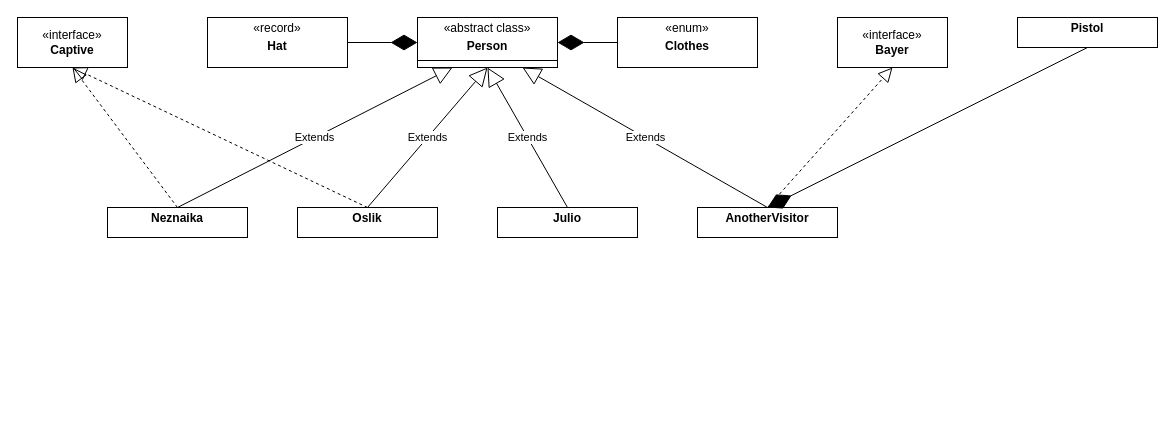
Before: java/lab3/lab3.drawio in KirillPetukhov1/itmo, a draw.io diagram. Source tidied: cells renumbered, new cells numbered last; positions are measured from the earlier drawing's top-left corner, leaving out a move shared by most shapes. Both pictures are drawn from the tidied source at 100%, with x=0, y=0 at pixel (17, 17).
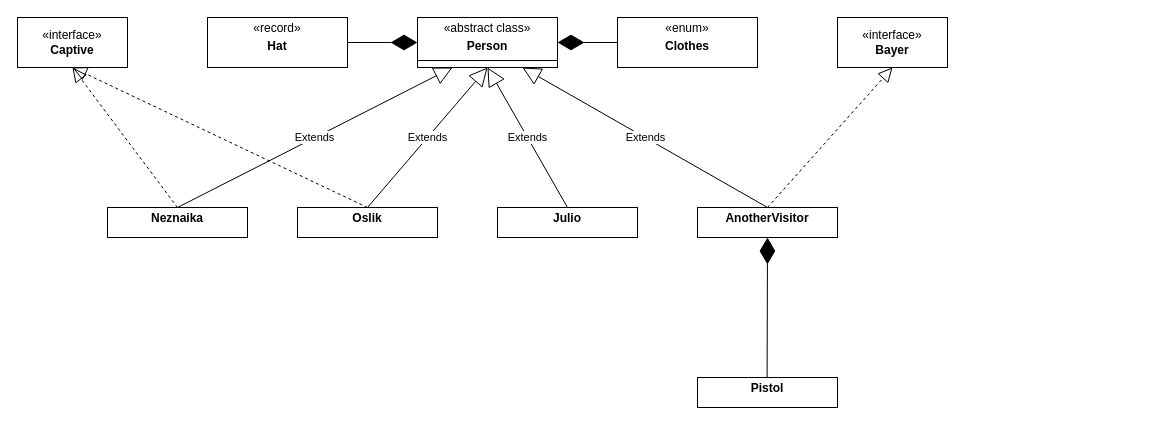
Above is the later version.

Unchanged cells that the change refers to:
```xml
<mxCell id="10" value="&lt;p style=&quot;margin:0px;margin-top:4px;text-align:center;&quot;&gt;&lt;b&gt;AnotherVisitor&lt;/b&gt;&lt;/p&gt;" style="verticalAlign=top;align=left;overflow=fill;html=1;whiteSpace=wrap;" parent="1" vertex="1">
  <mxGeometry x="680" y="190" width="140" height="30" as="geometry" />
</mxCell>
```

What changed in the source:
```diff
@@
     <mxCell id="17" value="&lt;p style=&quot;margin:0px;margin-top:4px;text-align:center;&quot;&gt;&lt;b&gt;Pistol&lt;/b&gt;&lt;/p&gt;" style="verticalAlign=top;align=left;overflow=fill;html=1;whiteSpace=wrap;" parent="1" vertex="1">
-      <mxGeometry x="1000" width="140" height="30" as="geometry" />
+      <mxGeometry x="680" y="360" width="140" height="30" as="geometry" />
     </mxCell>
-    <mxCell id="18" style="endArrow=diamondThin;endFill=1;endSize=24;html=1;rounded=0;exitX=0.5;exitY=1;exitDx=0;exitDy=0;entryX=0.5;entryY=0;entryDx=0;entryDy=0;" parent="1" edge="1" source="17" target="10">
-      <mxGeometry relative="1" as="geometry" />
+    <mxCell id="18" style="endArrow=diamondThin;endFill=1;endSize=24;html=1;rounded=0;exitX=0.5;exitY=1;exitDx=0;exitDy=0;" parent="1" edge="1">
+      <mxGeometry relative="1" as="geometry">
+        <mxPoint x="749.6" y="360" as="sourcePoint" />
+        <mxPoint x="750" y="220" as="targetPoint" />
+      </mxGeometry>
     </mxCell>
```
